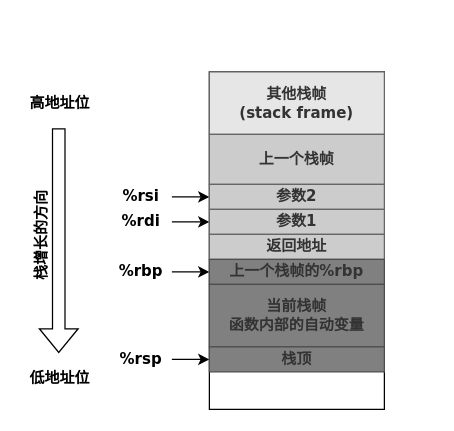
The draw.io diagram docs/booknotes/debug_hacks/basic/images/frame.drawio in LittleBee1024/learning_book, before the edit. Source tidied: cells renumbered, new cells numbered last; positions are measured from the earlier drawing's top-left corner, leaving out a move shared by most shapes. Both pictures are drawn from the tidied source at 125%, with x=0, y=0 at pixel (-16, 71).
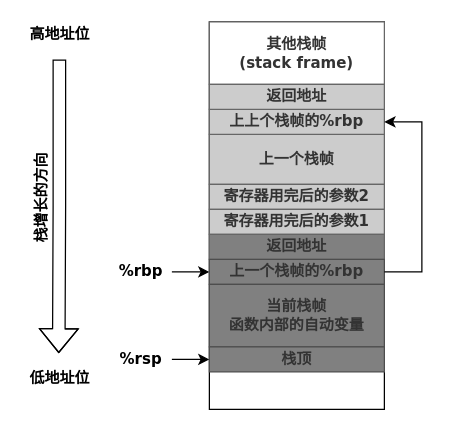
The same diagram, later.

The change refers to these unchanged cells:
```xml
<mxCell id="15" value="上一个栈帧的%rbp" style="rounded=0;whiteSpace=wrap;html=1;shadow=0;fontFamily=Verdana;fillColor=#808080;strokeColor=#4D4D4D;fontColor=#333333;fontStyle=1;" parent="1" vertex="1">
  <mxGeometry x="180" y="150" width="140" height="20" as="geometry" />
</mxCell>
```

What changed in the source:
```diff
@@
     <mxCell id="2" style="rounded=0;whiteSpace=wrap;html=1;shadow=0;fontStyle=1;" parent="1" vertex="1">
-      <mxGeometry x="180" width="140" height="270" as="geometry" />
+      <mxGeometry x="180" y="-40" width="140" height="310" as="geometry" />
     </mxCell>
     <mxCell id="3" value="高地址位" style="text;html=1;align=center;verticalAlign=middle;strokeColor=none;fillColor=none;fontStyle=1;" parent="1" vertex="1">
-      <mxGeometry x="30" y="15" width="60" height="20" as="geometry" />
+      <mxGeometry x="30" y="-40" width="60" height="20" as="geometry" />
     </mxCell>
@@
     <mxCell id="5" style="shape=flexArrow;endArrow=classic;html=1;rounded=0;edgeStyle=orthogonalEdgeStyle;" parent="1" edge="1">
       <mxGeometry relative="1" as="geometry">
-        <mxPoint x="59.5" y="45" as="sourcePoint" />
+        <mxPoint x="60" y="-10" as="sourcePoint" />
         <mxPoint x="59.5" y="225" as="targetPoint" />
+        <Array as="points">
+          <mxPoint x="60" y="107" />
+        </Array>
       </mxGeometry>
     </mxCell>
     <mxCell id="6" value="栈增长的方向" style="text;align=center;verticalAlign=middle;strokeColor=none;fillColor=none;fontStyle=1;rotation=-90;horizontal=1;" parent="1" vertex="1">
-      <mxGeometry y="120" width="90" height="20" as="geometry" />
+      <mxGeometry y="90" width="90" height="20" as="geometry" />
     </mxCell>
-    <mxCell id="7" value="其他栈帧&lt;br&gt;(stack frame)" style="rounded=0;whiteSpace=wrap;html=1;shadow=0;fontFamily=Verdana;fillColor=#E6E6E6;strokeColor=#666666;fontColor=#333333;fontStyle=1;" parent="1" vertex="1">
-      <mxGeometry x="180" width="140" height="50" as="geometry" />
+    <mxCell id="7" value="其他栈帧&lt;br&gt;(stack frame)" style="rounded=0;whiteSpace=wrap;html=1;shadow=0;fontFamily=Verdana;fillColor=#FFFFFF;strokeColor=#666666;fontColor=#333333;fontStyle=1;" parent="1" vertex="1">
+      <mxGeometry x="180" y="-40" width="140" height="50" as="geometry" />
     </mxCell>
@@
-    <mxCell id="9" style="edgeStyle=orthogonalEdgeStyle;rounded=0;jettySize=auto;html=1;fontFamily=Verdana;fontColor=#000000;startArrow=classic;startFill=1;endArrow=none;endFill=0;" parent="1" edge="1" source="10" target="22">
-      <mxGeometry relative="1" as="geometry" />
-    </mxCell>
-    <mxCell id="10" value="参数2" style="rounded=0;whiteSpace=wrap;html=1;shadow=0;fontFamily=Verdana;fillColor=#CCCCCC;strokeColor=#666666;fontColor=#333333;fontStyle=1;" parent="1" vertex="1">
+    <mxCell id="10" value="寄存器用完后的参数2" style="rounded=0;whiteSpace=wrap;html=1;shadow=0;fontFamily=Verdana;fillColor=#CCCCCC;strokeColor=#666666;fontColor=#333333;fontStyle=1;" parent="1" vertex="1">
       <mxGeometry x="180" y="90" width="140" height="20" as="geometry" />
     </mxCell>
-    <mxCell id="11" style="edgeStyle=orthogonalEdgeStyle;rounded=0;jettySize=auto;html=1;fontFamily=Verdana;fontColor=#000000;startArrow=classic;startFill=1;endArrow=none;endFill=0;" parent="1" edge="1" source="12" target="21">
-      <mxGeometry relative="1" as="geometry" />
-    </mxCell>
-    <mxCell id="12" value="参数1" style="rounded=0;whiteSpace=wrap;html=1;shadow=0;fontFamily=Verdana;fillColor=#CCCCCC;strokeColor=#666666;fontColor=#333333;fontStyle=1;" parent="1" vertex="1">
+    <mxCell id="12" value="寄存器用完后的参数1" style="rounded=0;whiteSpace=wrap;html=1;shadow=0;fontFamily=Verdana;fillColor=#CCCCCC;strokeColor=#666666;fontColor=#333333;fontStyle=1;" parent="1" vertex="1">
       <mxGeometry x="180" y="110" width="140" height="20" as="geometry" />
     </mxCell>
-    <mxCell id="13" value="返回地址" style="rounded=0;whiteSpace=wrap;html=1;shadow=0;fontFamily=Verdana;fillColor=#CCCCCC;strokeColor=#666666;fontColor=#333333;fontStyle=1;" parent="1" vertex="1">
+    <mxCell id="13" value="返回地址" style="rounded=0;whiteSpace=wrap;html=1;shadow=0;fontFamily=Verdana;fillColor=#808080;strokeColor=#666666;fontColor=#333333;fontStyle=1;" parent="1" vertex="1">
       <mxGeometry x="180" y="130" width="140" height="20" as="geometry" />
     </mxCell>
@@
-    <mxCell id="21" value="%rdi" style="text;html=1;align=center;verticalAlign=middle;points=[];strokeColor=none;fillColor=none;fontFamily=Verdana;fontColor=#000000;fontStyle=1;" parent="1" vertex="1">
-      <mxGeometry x="100" y="110" width="50" height="20" as="geometry" />
-    </mxCell>
-    <mxCell id="22" value="%rsi" style="text;html=1;align=center;verticalAlign=middle;points=[];strokeColor=none;fillColor=none;fontFamily=Verdana;fontColor=#000000;fontStyle=1;" parent="1" vertex="1">
-      <mxGeometry x="100" y="90" width="50" height="20" as="geometry" />
-    </mxCell>
+    <mxCell id="23" value="上上个栈帧的%rbp" style="rounded=0;whiteSpace=wrap;html=1;shadow=0;fontFamily=Verdana;fillColor=#CCCCCC;strokeColor=#666666;fontColor=#333333;fontStyle=1;" parent="1" vertex="1">
+      <mxGeometry x="180" y="30" width="140" height="20" as="geometry" />
+    </mxCell>
+    <mxCell id="24" value="返回地址" style="rounded=0;whiteSpace=wrap;html=1;shadow=0;fontFamily=Verdana;fillColor=#CCCCCC;strokeColor=#666666;fontColor=#333333;fontStyle=1;" parent="1" vertex="1">
+      <mxGeometry x="180" y="10" width="140" height="20" as="geometry" />
+    </mxCell>
+    <mxCell id="25" style="edgeStyle=orthogonalEdgeStyle;rounded=0;jettySize=auto;html=1;fontFamily=Verdana;fontColor=#000000;startArrow=classic;startFill=1;endArrow=none;endFill=0;entryX=1;entryY=0.5;entryDx=0;entryDy=0;exitX=1;exitY=0.5;exitDx=0;exitDy=0;" parent="1" edge="1" source="23" target="15">
+      <mxGeometry relative="1" as="geometry">
+        <Array as="points">
+          <mxPoint x="350" y="40" />
+          <mxPoint x="350" y="160" />
+        </Array>
+      </mxGeometry>
+    </mxCell>
```
